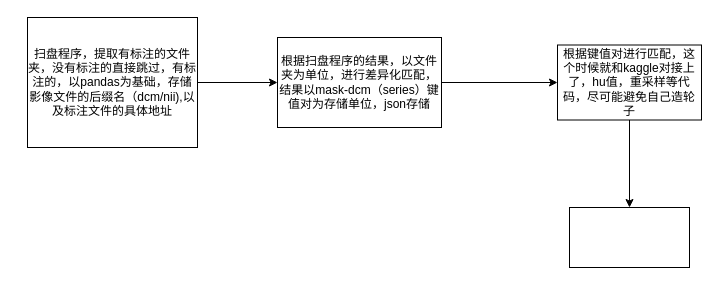
Earlier version of the draw.io diagram data_processing/pipeline.drawio (wyh196646/AI_Lung_nodule). Source tidied: cells renumbered, new cells numbered last; positions are measured from the earlier drawing's top-left corner, leaving out a move shared by most shapes. Both pictures are drawn from the tidied source at 100%, with x=0, y=0 at pixel (27, 17).
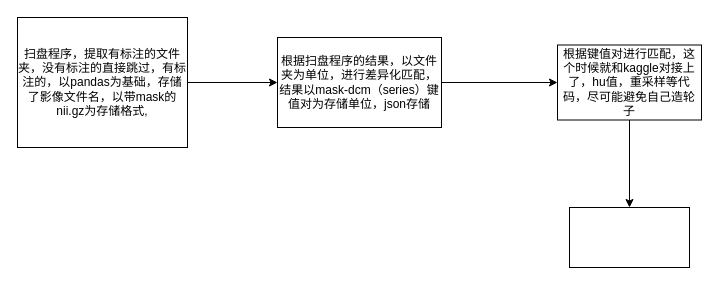
The same diagram, later.

The edit, as a diff of the source:
```diff
@@
 <mxGraphModel>
   <root>
     <mxCell id="0" />
     <mxCell id="1" parent="0" />
     <mxCell id="2" style="edgeStyle=none;html=1;" parent="1" edge="1" source="3" target="5">
       <mxGeometry relative="1" as="geometry" />
     </mxCell>
-    <mxCell id="3" value="扫盘程序，提取有标注的文件夹，没有标注的直接跳过，有标注的，以pandas为基础，存储影像文件的后缀名（dcm/nii),以及标注文件的具体地址" style="rounded=0;whiteSpace=wrap;html=1;" parent="1" vertex="1">
-      <mxGeometry width="170" height="130" as="geometry" />
+    <mxCell id="3" value="扫盘程序，提取有标注的文件夹，没有标注的直接跳过，有标注的，以pandas为基础，存储了影像文件名，以带mask的nii.gz为存储格式," style="rounded=0;whiteSpace=wrap;html=1;" parent="1" vertex="1">
+      <mxGeometry x="-10" width="170" height="130" as="geometry" />
     </mxCell>
     <mxCell id="4" style="edgeStyle=none;html=1;" parent="1" edge="1" source="5" target="7">
       <mxGeometry relative="1" as="geometry" />
     </mxCell>
     <mxCell id="5" value="根据扫盘程序的结果，以文件夹为单位，进行差异化匹配，结果以mask-dcm（series）键值对为存储单位，json存储" style="rounded=0;whiteSpace=wrap;html=1;" parent="1" vertex="1">
       <mxGeometry x="250" y="20" width="164" height="90" as="geometry" />
     </mxCell>
     <mxCell id="6" style="edgeStyle=none;html=1;" parent="1" edge="1" source="7" target="8">
       <mxGeometry relative="1" as="geometry" />
     </mxCell>
     <mxCell id="7" value="根据键值对进行匹配，这个时候就和kaggle对接上了，hu值，重采样等代码，尽可能避免自己造轮子" style="whiteSpace=wrap;html=1;rounded=0;" parent="1" vertex="1">
       <mxGeometry x="530" y="27.5" width="144" height="75" as="geometry" />
     </mxCell>
     <mxCell id="8" style="whiteSpace=wrap;html=1;rounded=0;" parent="1" vertex="1">
       <mxGeometry x="542" y="190" width="120" height="60" as="geometry" />
     </mxCell>
   </root>
 </mxGraphModel>
```
